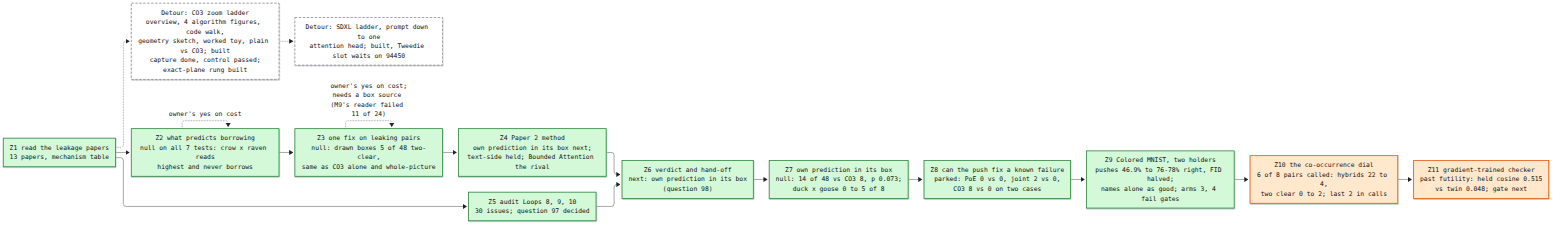
Before: artifacts/notes/progress/leakage/loop-12-progress.png, a diagram exported from Mermaid (mo-rsa24/concept-composition). Its source is kept beside it as artifacts/notes/progress/leakage/loop-12-progress.mmd.
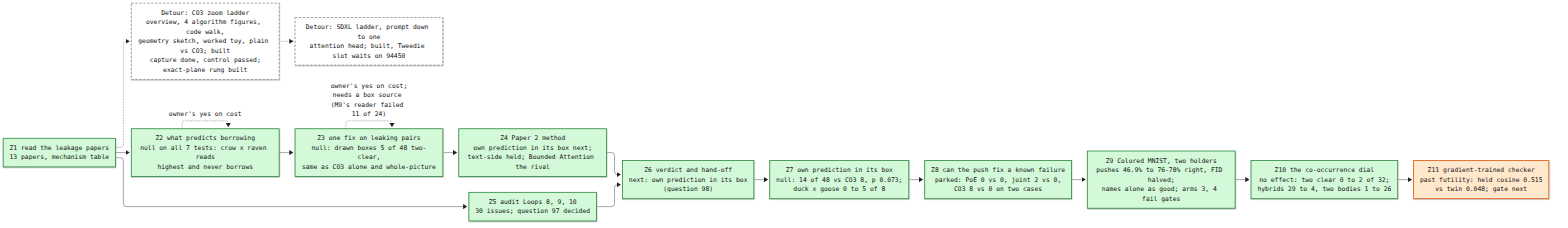
After the commit.

Commit message:
Loop 12 map: Z10 done

What changed in the source:
```diff
@@ -20,7 +20,7 @@
   Z7 --> Z8
   Z9["Z9 Colored MNIST, two holders<br/>pushes 46.9% to 76-78% right, FID halved;<br/>names alone as good; arms 3, 4 fail gates"]:::done
   Z8 --> Z9
-  Z10["Z10 the co-occurrence dial<br/>6 of 8 pairs called: hybrids 22 to 4,<br/>two clear 0 to 2; last 2 in calls"]:::doing
+  Z10["Z10 the co-occurrence dial<br/>no effect: two clear 0 to 2 of 32;<br/>hybrids 29 to 4, two bodies 1 to 26"]:::done
   Z9 --> Z10
   Z11["Z11 gradient-trained checker<br/>past futility: held cosine 0.515<br/>vs twin 0.048; gate next"]:::doing
   Z10 --> Z11
```
